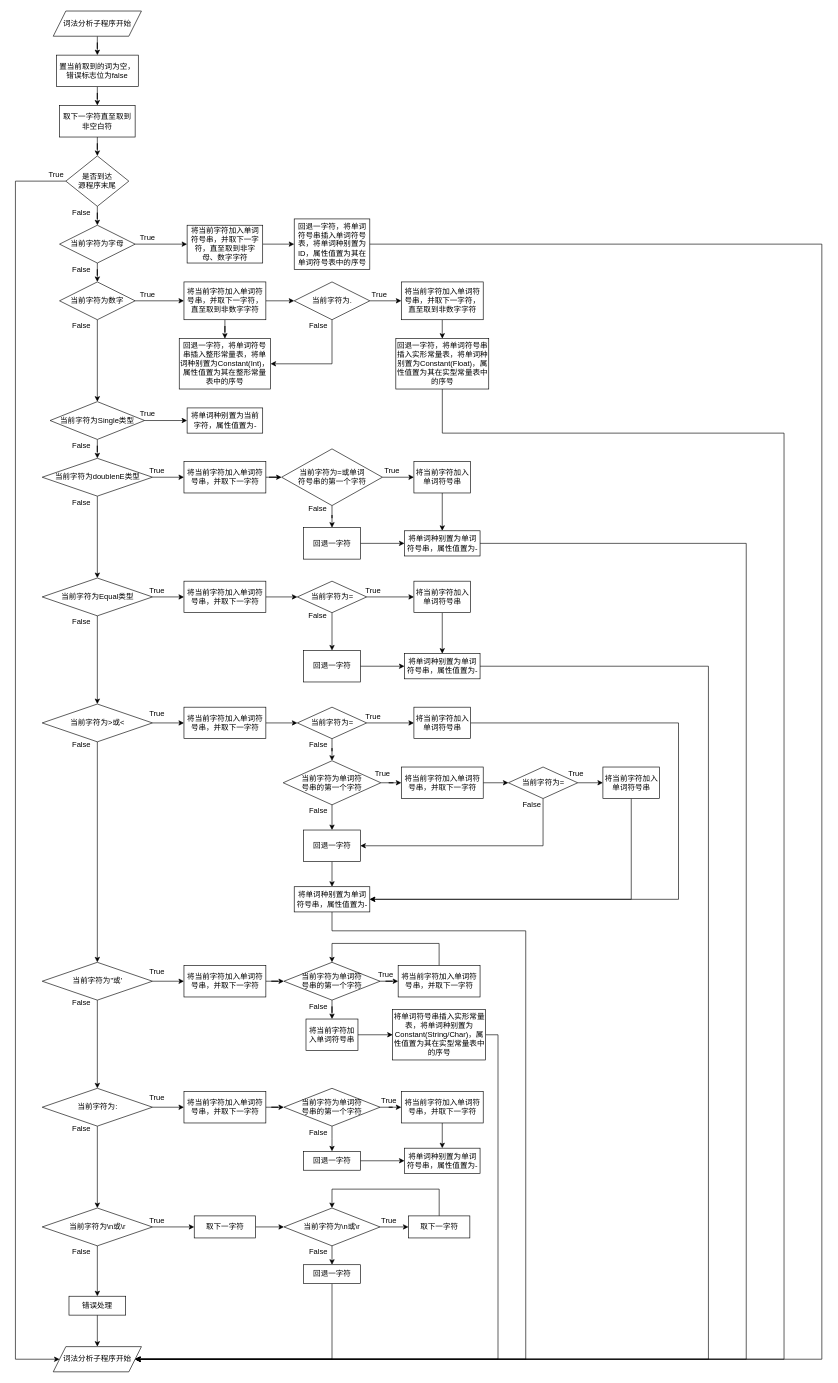
Earlier version of the draw.io diagram drawio/lexicalAnalysis.drawio (Ted-0711/lex). Source tidied: cells renumbered, new cells numbered last; positions are measured from the earlier drawing's top-left corner, leaving out a move shared by most shapes. Both pictures are drawn from the tidied source at 63%, with x=0, y=0 at pixel (15, 11).
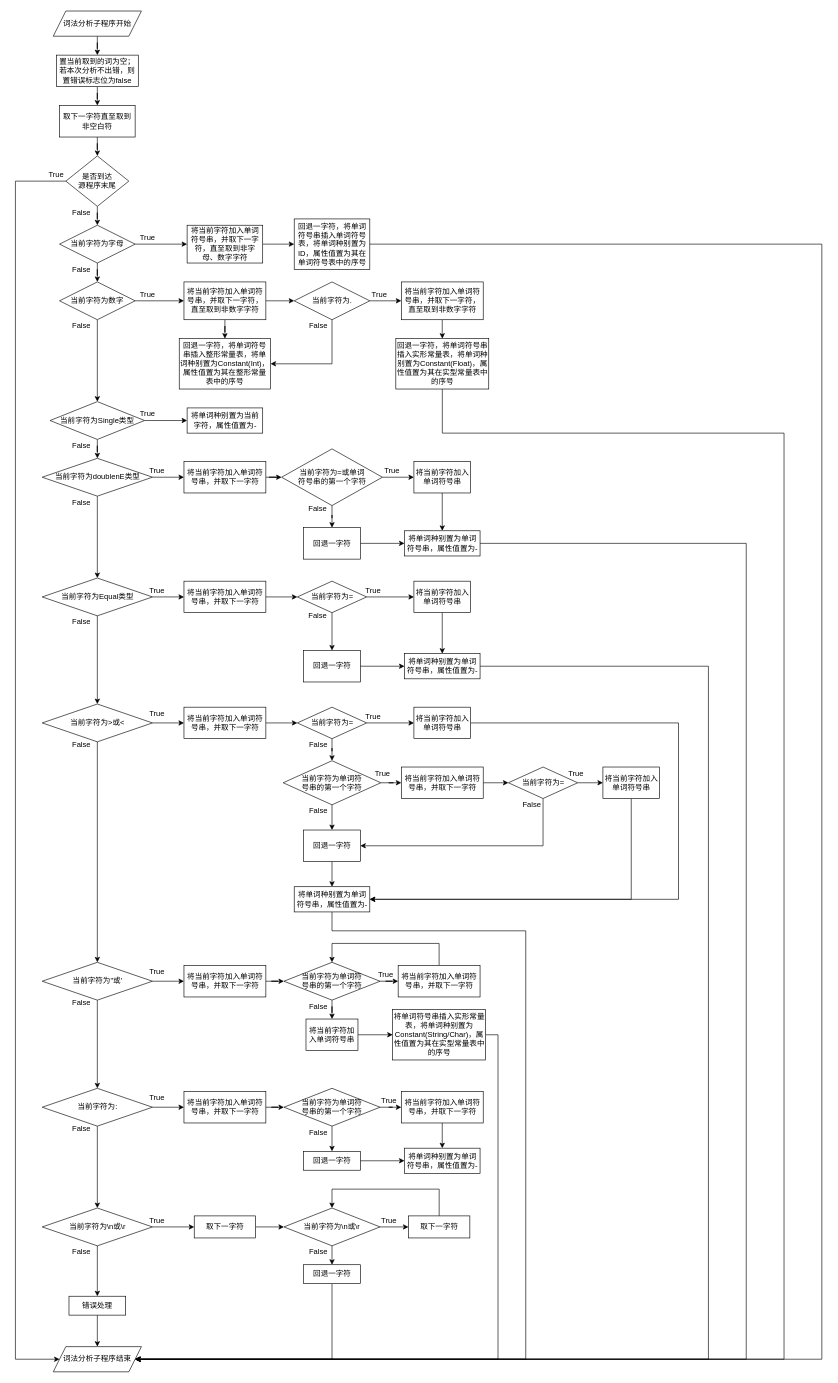
The same page after the edit.

Change to the diagram source:
```diff
@@
-    <mxCell id="5" value="置当前取到的词为空，错误标志位为false" style="rounded=0;whiteSpace=wrap;html=1;" parent="1" vertex="1">
+    <mxCell id="5" value="置当前取到的词为空；若本次分析不出错，则置错误标志位为false" style="rounded=0;whiteSpace=wrap;html=1;" parent="1" vertex="1">
       <mxGeometry x="65" y="70" width="130" height="50" as="geometry" />
     </mxCell>
@@
-    <mxCell id="129" value="词法分析子程序开始" style="shape=parallelogram;perimeter=parallelogramPerimeter;whiteSpace=wrap;html=1;fixedSize=1;" parent="1" vertex="1">
+    <mxCell id="129" value="词法分析子程序结束" style="shape=parallelogram;perimeter=parallelogramPerimeter;whiteSpace=wrap;html=1;fixedSize=1;" parent="1" vertex="1">
       <mxGeometry x="60" y="2120" width="140" height="40" as="geometry" />
     </mxCell>
```
